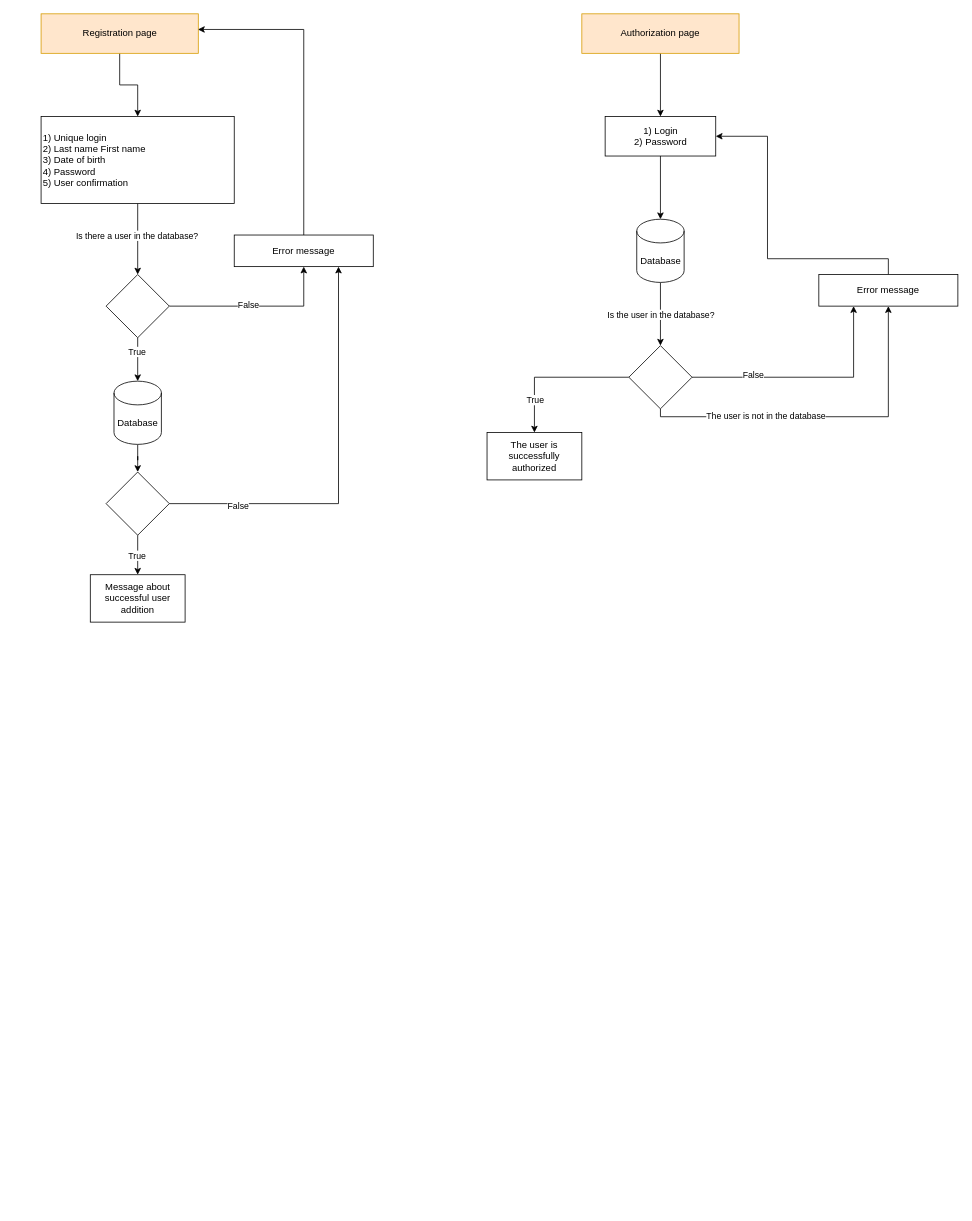
Earlier version of the draw.io diagram blog.drawio (demy-vlad/proj_blog). Source tidied: cells renumbered, new cells numbered last; positions are measured from the earlier drawing's top-left corner, leaving out a move shared by most shapes. Both pictures are drawn from the tidied source at 79%, with x=0, y=0 at pixel (41, 13).
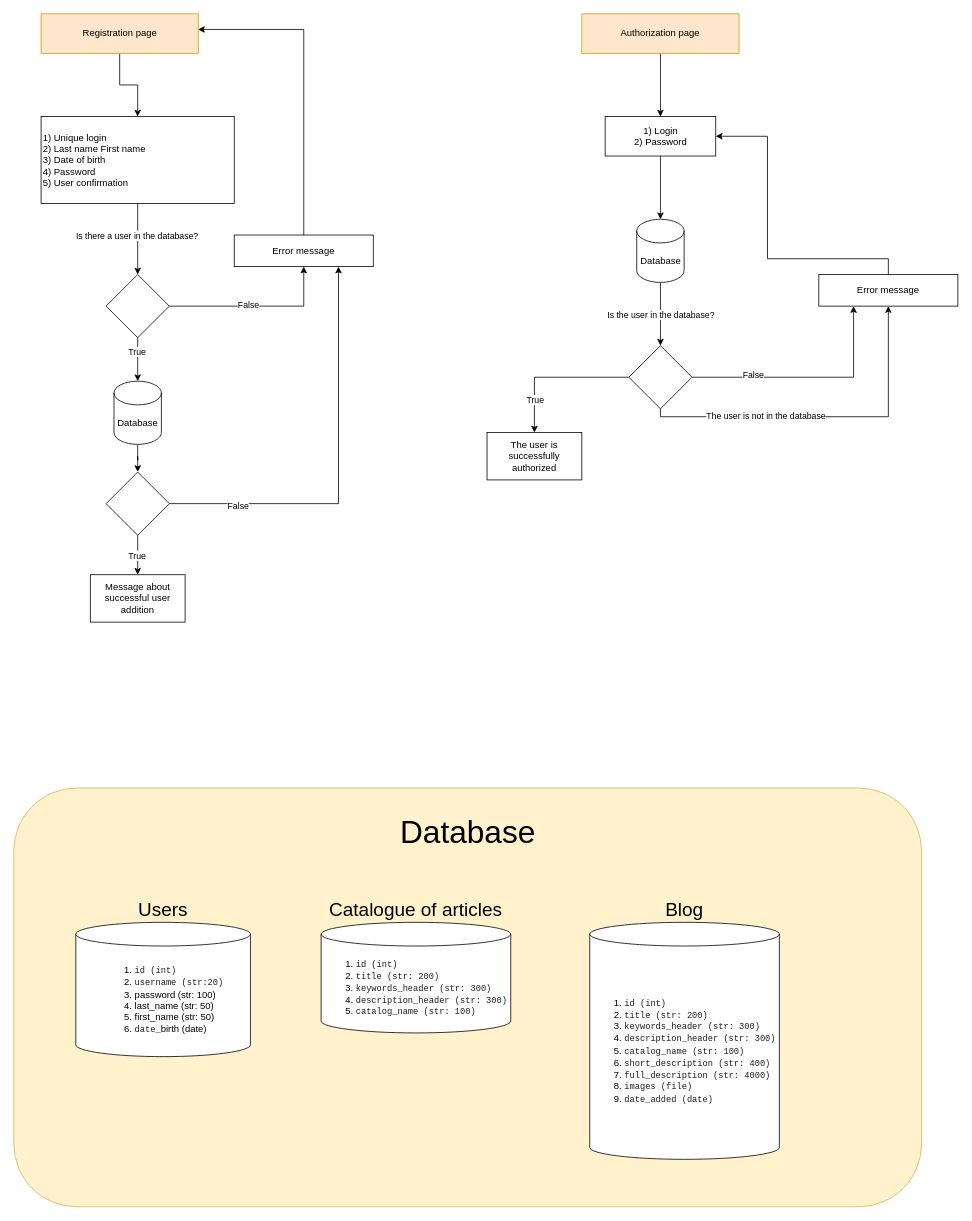
After the change.

Diff of the diagram source:
```diff
@@
+    <mxCell id="41" style="rounded=1;whiteSpace=wrap;html=1;fillColor=#fff2cc;strokeColor=#d6b656;" parent="1" vertex="1">
+      <mxGeometry x="-35" y="980" width="1149" height="530" as="geometry" />
+    </mxCell>
+    <mxCell id="42" value="&lt;ol&gt;&lt;li style=&quot;border-color: var(--border-color); text-align: left;&quot;&gt;&lt;span style=&quot;border-color: var(--border-color); background-color: rgb(255, 255, 255); color: rgb(33, 26, 29); font-family: monospace; font-size: 11px; white-space-collapse: preserve;&quot;&gt;id (int)&lt;/span&gt;&lt;/li&gt;&lt;li style=&quot;border-color: var(--border-color); text-align: left;&quot;&gt;&lt;font face=&quot;monospace&quot; color=&quot;#211a1d&quot;&gt;&lt;span style=&quot;font-size: 11px; white-space-collapse: preserve; background-color: rgb(255, 255, 255);&quot;&gt;username (str:20)&lt;/span&gt;&lt;/font&gt;&lt;/li&gt;&lt;li style=&quot;border-color: var(--border-color); text-align: left;&quot;&gt;password (str: 100)&lt;/li&gt;&lt;li style=&quot;text-align: left;&quot;&gt;last_name (str: 50)&lt;br&gt;&lt;/li&gt;&lt;li style=&quot;text-align: left;&quot;&gt;first_name (str: 50)&lt;br&gt;&lt;/li&gt;&lt;li style=&quot;text-align: left;&quot;&gt;&lt;span style=&quot;background-color: rgb(255, 255, 255); color: rgb(33, 26, 29); font-family: monospace; font-size: 11px; white-space-collapse: preserve;&quot;&gt;date_&lt;/span&gt;birth (date)&lt;/li&gt;&lt;/ol&gt;" style="shape=cylinder3;whiteSpace=wrap;html=1;boundedLbl=1;backgroundOutline=1;size=15;" parent="1" vertex="1">
+      <mxGeometry x="43.5" y="1150" width="221" height="170" as="geometry" />
+    </mxCell>
+    <mxCell id="43" value="&lt;font style=&quot;font-size: 40px;&quot;&gt;Database&lt;/font&gt;" style="text;html=1;align=center;verticalAlign=middle;whiteSpace=wrap;rounded=0;" parent="1" vertex="1">
+      <mxGeometry x="429.5" y="1020" width="220" height="30" as="geometry" />
+    </mxCell>
+    <mxCell id="44" value="&lt;span style=&quot;font-size: 24px;&quot;&gt;Users&lt;/span&gt;" style="text;html=1;align=center;verticalAlign=middle;whiteSpace=wrap;rounded=0;" parent="1" vertex="1">
+      <mxGeometry x="39" y="1120" width="230" height="30" as="geometry" />
+    </mxCell>
+    <mxCell id="45" value="&lt;ol&gt;&lt;li style=&quot;border-color: var(--border-color); text-align: left;&quot;&gt;&lt;span style=&quot;border-color: var(--border-color); background-color: rgb(255, 255, 255); color: rgb(33, 26, 29); font-family: monospace; font-size: 11px; white-space-collapse: preserve;&quot;&gt;id &lt;/span&gt;&lt;span style=&quot;color: rgb(33, 26, 29); font-family: monospace; font-size: 11px; white-space-collapse: preserve; background-color: rgb(255, 255, 255);&quot;&gt;(int)&lt;/span&gt;&lt;/li&gt;&lt;li style=&quot;border-color: var(--border-color); text-align: left;&quot;&gt;&lt;span style=&quot;border-color: var(--border-color); background-color: rgb(255, 255, 255); color: rgb(33, 26, 29); font-family: monospace; font-size: 11px; white-space-collapse: preserve;&quot;&gt;title &lt;/span&gt;&lt;span style=&quot;color: rgb(33, 26, 29); font-family: monospace; font-size: 11px; white-space-collapse: preserve; background-color: rgb(255, 255, 255);&quot;&gt;(str: 200)&lt;/span&gt;&lt;/li&gt;&lt;li style=&quot;text-align: left;&quot;&gt;&lt;span style=&quot;background-color: rgb(255, 255, 255); color: rgb(33, 26, 29); font-family: monospace; font-size: 11px; white-space-collapse: preserve;&quot;&gt;keywords_header &lt;/span&gt;&lt;span style=&quot;color: rgb(33, 26, 29); font-family: monospace; font-size: 11px; white-space-collapse: preserve; background-color: rgb(255, 255, 255);&quot;&gt;(str: 300)&lt;/span&gt;&lt;/li&gt;&lt;li style=&quot;text-align: left;&quot;&gt;&lt;span style=&quot;background-color: rgb(255, 255, 255); color: rgb(33, 26, 29); font-family: monospace; font-size: 11px; white-space-collapse: preserve;&quot;&gt;description_header &lt;/span&gt;&lt;span style=&quot;color: rgb(33, 26, 29); font-family: monospace; font-size: 11px; white-space-collapse: preserve; background-color: rgb(255, 255, 255);&quot;&gt;(str: 300)&lt;/span&gt;&lt;/li&gt;&lt;li style=&quot;text-align: left;&quot;&gt;&lt;span style=&quot;background-color: rgb(255, 255, 255); color: rgb(33, 26, 29); font-family: monospace; font-size: 11px; white-space-collapse: preserve;&quot;&gt;catalog_name &lt;/span&gt;&lt;span style=&quot;color: rgb(33, 26, 29); font-family: monospace; font-size: 11px; white-space-collapse: preserve; background-color: rgb(255, 255, 255);&quot;&gt;(str: 100)&lt;/span&gt;&lt;/li&gt;&lt;/ol&gt;" style="shape=cylinder3;whiteSpace=wrap;html=1;boundedLbl=1;backgroundOutline=1;size=15;" parent="1" vertex="1">
+      <mxGeometry x="354" y="1150" width="240" height="140" as="geometry" />
+    </mxCell>
+    <mxCell id="46" value="&lt;font style=&quot;font-size: 24px;&quot;&gt;Catalogue of articles&lt;/font&gt;" style="text;html=1;align=center;verticalAlign=middle;whiteSpace=wrap;rounded=0;" parent="1" vertex="1">
+      <mxGeometry x="359" y="1120" width="230" height="30" as="geometry" />
+    </mxCell>
+    <mxCell id="47" value="&lt;ol&gt;&lt;li style=&quot;border-color: var(--border-color); text-align: left;&quot;&gt;&lt;span style=&quot;border-color: var(--border-color); background-color: rgb(255, 255, 255); color: rgb(33, 26, 29); font-family: monospace; font-size: 11px; white-space-collapse: preserve;&quot;&gt;id &lt;/span&gt;&lt;span style=&quot;color: rgb(33, 26, 29); font-family: monospace; font-size: 11px; white-space-collapse: preserve; background-color: rgb(255, 255, 255);&quot;&gt;(int)&lt;/span&gt;&lt;/li&gt;&lt;li style=&quot;border-color: var(--border-color); text-align: left;&quot;&gt;&lt;span style=&quot;border-color: var(--border-color); background-color: rgb(255, 255, 255); color: rgb(33, 26, 29); font-family: monospace; font-size: 11px; white-space-collapse: preserve;&quot;&gt;title &lt;/span&gt;&lt;span style=&quot;color: rgb(33, 26, 29); font-family: monospace; font-size: 11px; white-space-collapse: preserve; background-color: rgb(255, 255, 255);&quot;&gt;(str: 200)&lt;/span&gt;&lt;/li&gt;&lt;li style=&quot;text-align: left;&quot;&gt;&lt;span style=&quot;background-color: rgb(255, 255, 255); color: rgb(33, 26, 29); font-family: monospace; font-size: 11px; white-space-collapse: preserve;&quot;&gt;keywords_header &lt;/span&gt;&lt;span style=&quot;color: rgb(33, 26, 29); font-family: monospace; font-size: 11px; white-space-collapse: preserve; background-color: rgb(255, 255, 255);&quot;&gt;(str: 300)&lt;/span&gt;&lt;/li&gt;&lt;li style=&quot;text-align: left;&quot;&gt;&lt;span style=&quot;background-color: rgb(255, 255, 255); color: rgb(33, 26, 29); font-family: monospace; font-size: 11px; white-space-collapse: preserve;&quot;&gt;description_header &lt;/span&gt;&lt;span style=&quot;color: rgb(33, 26, 29); font-family: monospace; font-size: 11px; white-space-collapse: preserve; background-color: rgb(255, 255, 255);&quot;&gt;(str: 300)&lt;/span&gt;&lt;/li&gt;&lt;li style=&quot;text-align: left;&quot;&gt;&lt;span style=&quot;background-color: rgb(255, 255, 255); color: rgb(33, 26, 29); font-family: monospace; font-size: 11px; white-space-collapse: preserve;&quot;&gt;catalog_name &lt;/span&gt;&lt;span style=&quot;color: rgb(33, 26, 29); font-family: monospace; font-size: 11px; white-space-collapse: preserve; background-color: rgb(255, 255, 255);&quot;&gt;(str: 100)&lt;/span&gt;&lt;/li&gt;&lt;li style=&quot;text-align: left;&quot;&gt;&lt;span style=&quot;background-color: rgb(255, 255, 255);&quot;&gt;&lt;font face=&quot;monospace&quot; color=&quot;#211a1d&quot;&gt;&lt;span style=&quot;font-size: 11px; white-space-collapse: preserve;&quot;&gt;short_description (str: 400)&lt;/span&gt;&lt;/font&gt;&lt;br&gt;&lt;/span&gt;&lt;/li&gt;&lt;li style=&quot;text-align: left;&quot;&gt;&lt;span style=&quot;background-color: rgb(255, 255, 255);&quot;&gt;&lt;font face=&quot;monospace&quot; color=&quot;#211a1d&quot;&gt;&lt;span style=&quot;font-size: 11px; white-space-collapse: preserve;&quot;&gt;full_description (str: 4000)&lt;/span&gt;&lt;br&gt;&lt;/font&gt;&lt;/span&gt;&lt;/li&gt;&lt;li style=&quot;text-align: left;&quot;&gt;&lt;span style=&quot;background-color: rgb(255, 255, 255);&quot;&gt;&lt;font face=&quot;monospace&quot; color=&quot;#211a1d&quot;&gt;&lt;span style=&quot;font-size: 11px; white-space-collapse: preserve;&quot;&gt;images (file)&lt;/span&gt;&lt;/font&gt;&lt;/span&gt;&lt;/li&gt;&lt;li style=&quot;text-align: left;&quot;&gt;&lt;span style=&quot;background-color: rgb(255, 255, 255);&quot;&gt;&lt;font face=&quot;monospace&quot; color=&quot;#211a1d&quot;&gt;&lt;span style=&quot;font-size: 11px; white-space-collapse: preserve;&quot;&gt;date_&lt;/span&gt;&lt;/font&gt;&lt;/span&gt;&lt;span style=&quot;color: rgb(33, 26, 29); font-family: monospace; font-size: 11px; white-space-collapse: preserve; background-color: rgb(255, 255, 255);&quot;&gt;added (date)&lt;/span&gt;&lt;/li&gt;&lt;/ol&gt;" style="shape=cylinder3;whiteSpace=wrap;html=1;boundedLbl=1;backgroundOutline=1;size=15;" parent="1" vertex="1">
+      <mxGeometry x="694" y="1150" width="240" height="300" as="geometry" />
+    </mxCell>
+    <mxCell id="48" value="&lt;font style=&quot;font-size: 24px;&quot;&gt;Blog&lt;/font&gt;" style="text;html=1;align=center;verticalAlign=middle;whiteSpace=wrap;rounded=0;" parent="1" vertex="1">
+      <mxGeometry x="699" y="1120" width="230" height="30" as="geometry" />
+    </mxCell>
```
